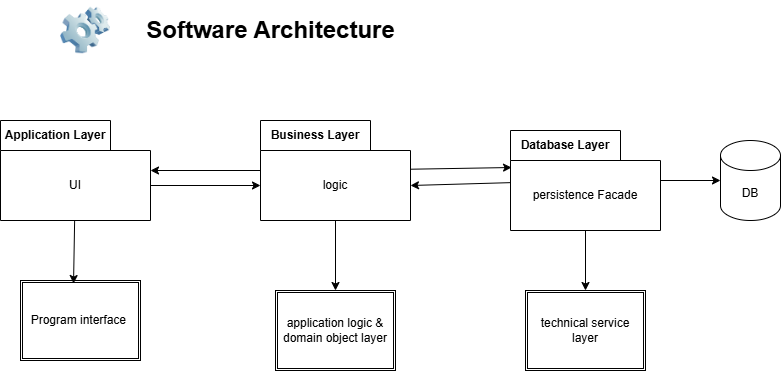
Above: documentation/artifacts_sli/software_architecture.drawio.png in SandrAdora/SLI (draw.io), before the change. Source tidied: cells renumbered, new cells last; positions are measured from the earlier drawing's top-left corner, leaving out a move shared by most shapes. The source it was exported from:
```xml
<mxGraphModel>
  <root>
    <mxCell id="0" />
    <mxCell id="1" parent="0" />
    <mxCell id="2" value="Application Layer" style="shape=folder;fontStyle=1;tabWidth=110;tabHeight=30;tabPosition=left;html=1;boundedLbl=1;labelInHeader=1;whiteSpace=wrap;" parent="1" vertex="1">
      <mxGeometry y="120" width="150" height="100" as="geometry" />
    </mxCell>
    <mxCell id="3" value="UI" style="html=1;strokeColor=none;fillColor=none;whiteSpace=wrap;" parent="2" vertex="1">
      <mxGeometry width="150" height="70" relative="1" as="geometry">
        <mxPoint y="30" as="offset" />
      </mxGeometry>
    </mxCell>
    <mxCell id="4" style="edgeStyle=none;html=1;" parent="1" edge="1" source="6" target="2">
      <mxGeometry relative="1" as="geometry" />
    </mxCell>
    <mxCell id="5" style="edgeStyle=none;html=1;" parent="1" edge="1" source="6" target="20">
      <mxGeometry relative="1" as="geometry" />
    </mxCell>
    <mxCell id="6" value="Business Layer" style="shape=folder;fontStyle=1;tabWidth=110;tabHeight=30;tabPosition=left;html=1;boundedLbl=1;labelInHeader=1;whiteSpace=wrap;" parent="1" vertex="1">
      <mxGeometry x="260" y="120" width="150" height="100" as="geometry" />
    </mxCell>
    <mxCell id="7" value="logic" style="html=1;strokeColor=none;fillColor=none;whiteSpace=wrap;" parent="6" vertex="1">
      <mxGeometry width="150" height="70" relative="1" as="geometry">
        <mxPoint y="30" as="offset" />
      </mxGeometry>
    </mxCell>
    <mxCell id="8" style="edgeStyle=none;html=1;entryX=0;entryY=0;entryDx=0;entryDy=65;entryPerimeter=0;exitX=0;exitY=0;exitDx=150;exitDy=65;exitPerimeter=0;" parent="1" edge="1" source="2" target="6">
      <mxGeometry relative="1" as="geometry" />
    </mxCell>
    <mxCell id="9" style="edgeStyle=none;html=1;" parent="1" edge="1" source="11" target="15">
      <mxGeometry relative="1" as="geometry" />
    </mxCell>
    <mxCell id="10" style="edgeStyle=none;html=1;" parent="1" edge="1" source="11" target="21">
      <mxGeometry relative="1" as="geometry" />
    </mxCell>
    <mxCell id="11" value="Database Layer" style="shape=folder;fontStyle=1;tabWidth=110;tabHeight=30;tabPosition=left;html=1;boundedLbl=1;labelInHeader=1;whiteSpace=wrap;" parent="1" vertex="1">
      <mxGeometry x="510" y="130" width="150" height="100" as="geometry" />
    </mxCell>
    <mxCell id="12" value="persistence Facade" style="html=1;strokeColor=none;fillColor=none;whiteSpace=wrap;" parent="11" vertex="1">
      <mxGeometry width="150" height="70" relative="1" as="geometry">
        <mxPoint y="30" as="offset" />
      </mxGeometry>
    </mxCell>
    <mxCell id="13" style="edgeStyle=none;html=1;entryX=0.007;entryY=0.37;entryDx=0;entryDy=0;entryPerimeter=0;" parent="1" edge="1" source="6" target="11">
      <mxGeometry relative="1" as="geometry" />
    </mxCell>
    <mxCell id="14" style="edgeStyle=none;html=1;entryX=0;entryY=0;entryDx=150;entryDy=65;entryPerimeter=0;" parent="1" edge="1" source="11" target="6">
      <mxGeometry relative="1" as="geometry" />
    </mxCell>
    <mxCell id="15" value="DB" style="shape=cylinder3;whiteSpace=wrap;html=1;boundedLbl=1;backgroundOutline=1;size=15;" parent="1" vertex="1">
      <mxGeometry x="720" y="140" width="60" height="80" as="geometry" />
    </mxCell>
    <mxCell id="16" value="Software Architecture" style="text;strokeColor=none;fillColor=none;html=1;fontSize=24;fontStyle=1;verticalAlign=middle;align=center;" parent="1" vertex="1">
      <mxGeometry x="220" y="10" width="100" height="40" as="geometry" />
    </mxCell>
    <mxCell id="17" style="image;html=1;image=img/lib/clip_art/computers/Software_128x128.png;" parent="1" vertex="1">
      <mxGeometry x="60" width="50" height="60" as="geometry" />
    </mxCell>
    <mxCell id="18" value="Program interface&amp;nbsp;" style="shape=ext;double=1;rounded=0;whiteSpace=wrap;html=1;" parent="1" vertex="1">
      <mxGeometry x="20" y="280" width="120" height="80" as="geometry" />
    </mxCell>
    <mxCell id="19" style="edgeStyle=none;html=1;entryX=0.442;entryY=0.038;entryDx=0;entryDy=0;entryPerimeter=0;" parent="1" edge="1" source="2" target="18">
      <mxGeometry relative="1" as="geometry" />
    </mxCell>
    <mxCell id="20" value="application logic &amp;amp; domain object layer" style="shape=ext;double=1;rounded=0;whiteSpace=wrap;html=1;" parent="1" vertex="1">
      <mxGeometry x="275" y="290" width="120" height="80" as="geometry" />
    </mxCell>
    <mxCell id="21" value="technical service layer" style="shape=ext;double=1;rounded=0;whiteSpace=wrap;html=1;" parent="1" vertex="1">
      <mxGeometry x="525" y="290" width="120" height="80" as="geometry" />
    </mxCell>
  </root>
</mxGraphModel>
```
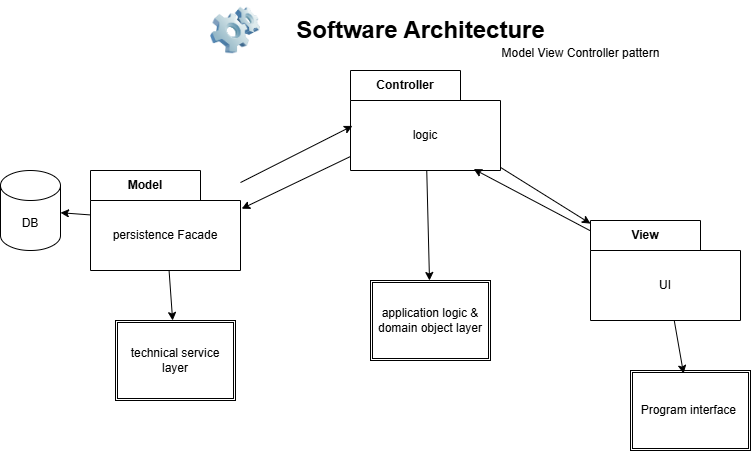
The same diagram one commit later.

Diff of the diagram source:
```diff
@@ -2,8 +2,8 @@
   <root>
     <mxCell id="0" />
     <mxCell id="1" parent="0" />
-    <mxCell id="2" value="Application Layer" style="shape=folder;fontStyle=1;tabWidth=110;tabHeight=30;tabPosition=left;html=1;boundedLbl=1;labelInHeader=1;whiteSpace=wrap;" parent="1" vertex="1">
-      <mxGeometry y="120" width="150" height="100" as="geometry" />
+    <mxCell id="2" value="View" style="shape=folder;fontStyle=1;tabWidth=110;tabHeight=30;tabPosition=left;html=1;boundedLbl=1;labelInHeader=1;whiteSpace=wrap;" parent="1" vertex="1">
+      <mxGeometry x="440" y="220" width="150" height="100" as="geometry" />
     </mxCell>
     <mxCell id="3" value="UI" style="html=1;strokeColor=none;fillColor=none;whiteSpace=wrap;" parent="2" vertex="1">
       <mxGeometry width="150" height="70" relative="1" as="geometry">
@@ -16,39 +16,30 @@
     <mxCell id="5" style="edgeStyle=none;html=1;" parent="1" edge="1" source="6" target="20">
       <mxGeometry relative="1" as="geometry" />
     </mxCell>
-    <mxCell id="6" value="Business Layer" style="shape=folder;fontStyle=1;tabWidth=110;tabHeight=30;tabPosition=left;html=1;boundedLbl=1;labelInHeader=1;whiteSpace=wrap;" parent="1" vertex="1">
-      <mxGeometry x="260" y="120" width="150" height="100" as="geometry" />
+    <mxCell id="6" value="Controller" style="shape=folder;fontStyle=1;tabWidth=110;tabHeight=30;tabPosition=left;html=1;boundedLbl=1;labelInHeader=1;whiteSpace=wrap;" parent="1" vertex="1">
+      <mxGeometry x="200" y="70" width="150" height="100" as="geometry" />
     </mxCell>
     <mxCell id="7" value="logic" style="html=1;strokeColor=none;fillColor=none;whiteSpace=wrap;" parent="6" vertex="1">
       <mxGeometry width="150" height="70" relative="1" as="geometry">
         <mxPoint y="30" as="offset" />
       </mxGeometry>
     </mxCell>
-    <mxCell id="8" style="edgeStyle=none;html=1;entryX=0;entryY=0;entryDx=0;entryDy=65;entryPerimeter=0;exitX=0;exitY=0;exitDx=150;exitDy=65;exitPerimeter=0;" parent="1" edge="1" source="2" target="6">
-      <mxGeometry relative="1" as="geometry" />
-    </mxCell>
     <mxCell id="9" style="edgeStyle=none;html=1;" parent="1" edge="1" source="11" target="15">
       <mxGeometry relative="1" as="geometry" />
     </mxCell>
     <mxCell id="10" style="edgeStyle=none;html=1;" parent="1" edge="1" source="11" target="21">
       <mxGeometry relative="1" as="geometry" />
     </mxCell>
-    <mxCell id="11" value="Database Layer" style="shape=folder;fontStyle=1;tabWidth=110;tabHeight=30;tabPosition=left;html=1;boundedLbl=1;labelInHeader=1;whiteSpace=wrap;" parent="1" vertex="1">
-      <mxGeometry x="510" y="130" width="150" height="100" as="geometry" />
+    <mxCell id="11" value="Model" style="shape=folder;fontStyle=1;tabWidth=110;tabHeight=30;tabPosition=left;html=1;boundedLbl=1;labelInHeader=1;whiteSpace=wrap;" parent="1" vertex="1">
+      <mxGeometry x="-60" y="170" width="150" height="100" as="geometry" />
     </mxCell>
     <mxCell id="12" value="persistence Facade" style="html=1;strokeColor=none;fillColor=none;whiteSpace=wrap;" parent="11" vertex="1">
       <mxGeometry width="150" height="70" relative="1" as="geometry">
         <mxPoint y="30" as="offset" />
       </mxGeometry>
     </mxCell>
-    <mxCell id="13" style="edgeStyle=none;html=1;entryX=0.007;entryY=0.37;entryDx=0;entryDy=0;entryPerimeter=0;" parent="1" edge="1" source="6" target="11">
-      <mxGeometry relative="1" as="geometry" />
-    </mxCell>
-    <mxCell id="14" style="edgeStyle=none;html=1;entryX=0;entryY=0;entryDx=150;entryDy=65;entryPerimeter=0;" parent="1" edge="1" source="11" target="6">
-      <mxGeometry relative="1" as="geometry" />
-    </mxCell>
     <mxCell id="15" value="DB" style="shape=cylinder3;whiteSpace=wrap;html=1;boundedLbl=1;backgroundOutline=1;size=15;" parent="1" vertex="1">
-      <mxGeometry x="720" y="140" width="60" height="80" as="geometry" />
+      <mxGeometry x="-150" y="170" width="60" height="80" as="geometry" />
     </mxCell>
     <mxCell id="16" value="Software Architecture" style="text;strokeColor=none;fillColor=none;html=1;fontSize=24;fontStyle=1;verticalAlign=middle;align=center;" parent="1" vertex="1">
       <mxGeometry x="220" y="10" width="100" height="40" as="geometry" />
@@ -57,16 +48,28 @@
       <mxGeometry x="60" width="50" height="60" as="geometry" />
     </mxCell>
     <mxCell id="18" value="Program interface&amp;nbsp;" style="shape=ext;double=1;rounded=0;whiteSpace=wrap;html=1;" parent="1" vertex="1">
-      <mxGeometry x="20" y="280" width="120" height="80" as="geometry" />
+      <mxGeometry x="480" y="370" width="120" height="80" as="geometry" />
     </mxCell>
     <mxCell id="19" style="edgeStyle=none;html=1;entryX=0.442;entryY=0.038;entryDx=0;entryDy=0;entryPerimeter=0;" parent="1" edge="1" source="2" target="18">
       <mxGeometry relative="1" as="geometry" />
     </mxCell>
     <mxCell id="20" value="application logic &amp;amp; domain object layer" style="shape=ext;double=1;rounded=0;whiteSpace=wrap;html=1;" parent="1" vertex="1">
-      <mxGeometry x="275" y="290" width="120" height="80" as="geometry" />
+      <mxGeometry x="220" y="280" width="120" height="80" as="geometry" />
     </mxCell>
     <mxCell id="21" value="technical service layer" style="shape=ext;double=1;rounded=0;whiteSpace=wrap;html=1;" parent="1" vertex="1">
-      <mxGeometry x="525" y="290" width="120" height="80" as="geometry" />
+      <mxGeometry x="-35" y="320" width="120" height="80" as="geometry" />
     </mxCell>
+    <mxCell id="13" style="edgeStyle=none;html=1;entryX=1.008;entryY=0.382;entryDx=0;entryDy=0;entryPerimeter=0;" parent="1" edge="1" source="6" target="11">
+      <mxGeometry relative="1" as="geometry" />
+    </mxCell>
+    <mxCell id="14" style="edgeStyle=none;html=1;entryX=0.013;entryY=0.554;entryDx=0;entryDy=0;entryPerimeter=0;" parent="1" edge="1" source="11" target="6">
+      <mxGeometry relative="1" as="geometry" />
+    </mxCell>
+    <mxCell id="22" value="Model View Controller pattern" style="text;html=1;align=center;verticalAlign=middle;strokeColor=none;fillColor=none;" parent="1" vertex="1">
+      <mxGeometry x="340" y="38" width="180" height="30" as="geometry" />
+    </mxCell>
+    <mxCell id="8" style="edgeStyle=none;html=1;entryX=0.821;entryY=0.986;entryDx=0;entryDy=0;entryPerimeter=0;" parent="1" edge="1" source="2" target="6">
+      <mxGeometry relative="1" as="geometry" />
+    </mxCell>
   </root>
 </mxGraphModel>
```
